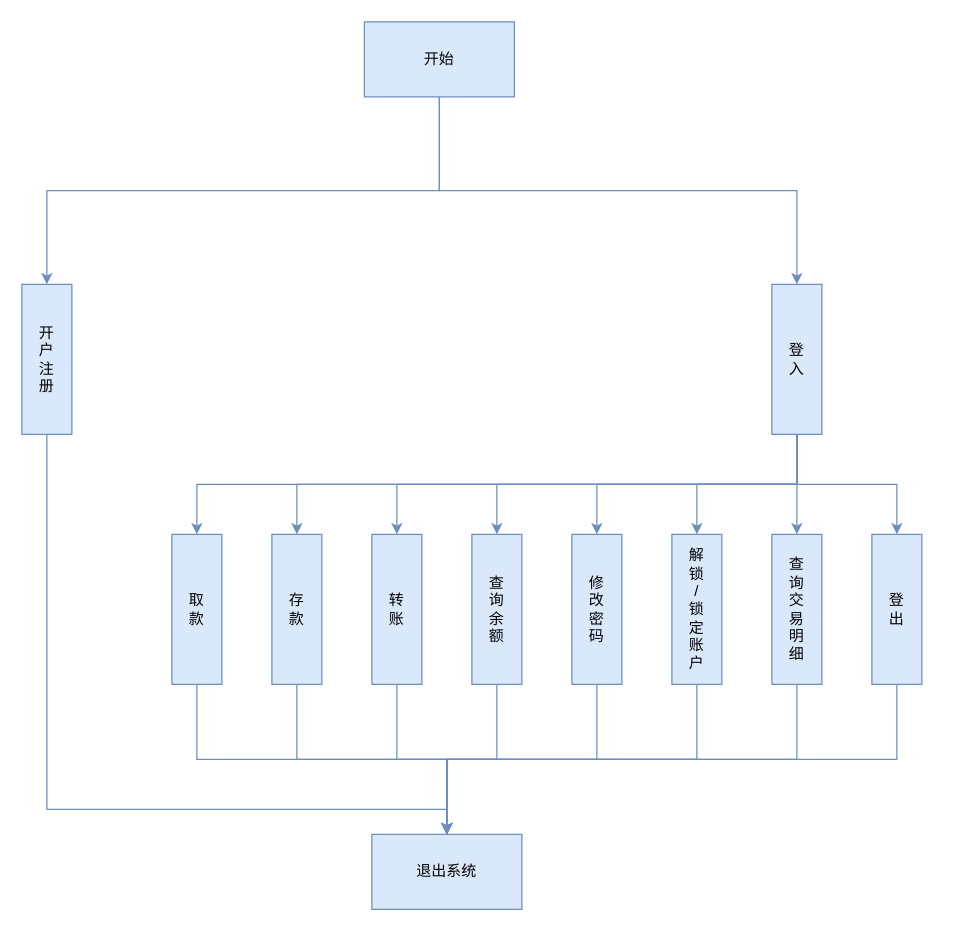
Before: document/Files/drawio/首页功能设计.drawio in NgaiYeanCoi/Baiyunu-bank-system, a draw.io diagram. Source tidied: cells renumbered, new cells numbered last; positions are measured from the earlier drawing's top-left corner, leaving out a move shared by most shapes. Both pictures are drawn from the tidied source at 125%, with x=0, y=0 at pixel (21, 21).
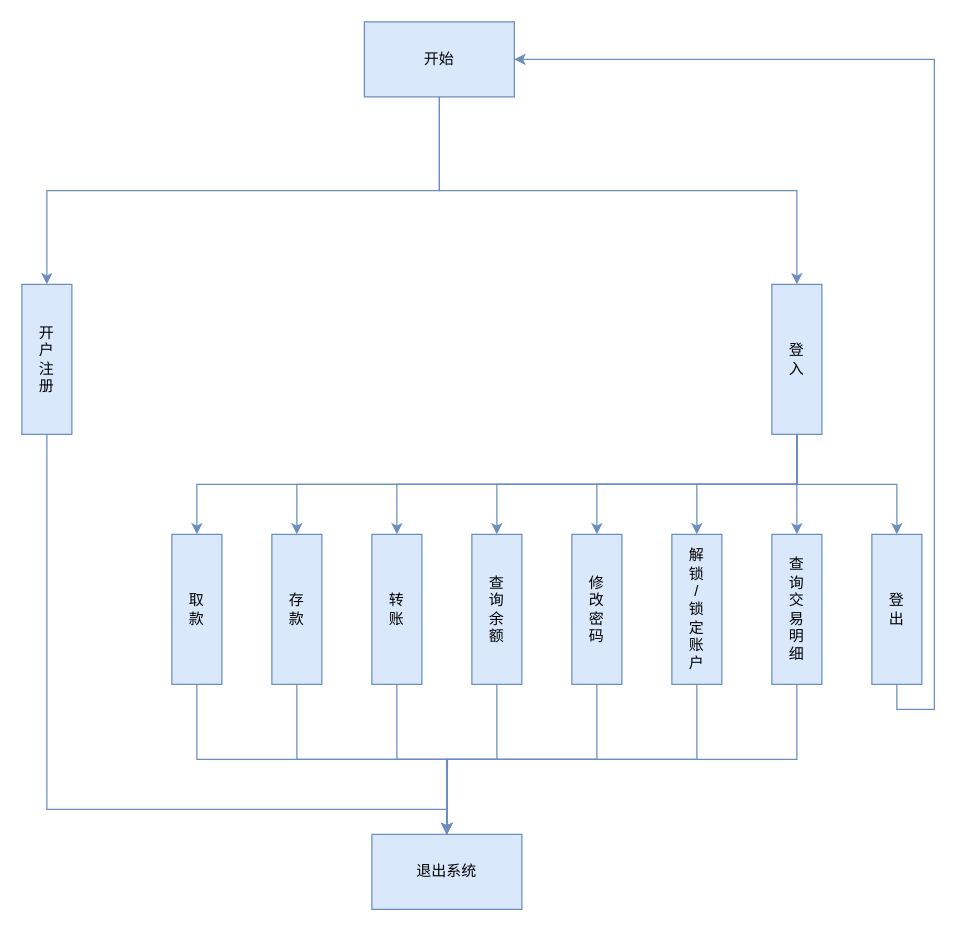
After the change.

The change refers to these unchanged cells:
```xml
<mxCell id="4" value="开始" style="rounded=0;whiteSpace=wrap;html=1;fillColor=#dae8fc;strokeColor=#6c8ebf;" parent="1" vertex="1">
  <mxGeometry x="274" width="120" height="60" as="geometry" />
</mxCell>
<mxCell id="25" value="登&lt;br&gt;出" style="rounded=0;whiteSpace=wrap;html=1;fillColor=#dae8fc;strokeColor=#6c8ebf;" parent="1" vertex="1">
  <mxGeometry x="680" y="410" width="40" height="120" as="geometry" />
</mxCell>
<mxCell id="32" value="退出系统" style="rounded=0;whiteSpace=wrap;html=1;fillColor=#dae8fc;strokeColor=#6c8ebf;" parent="1" vertex="1">
  <mxGeometry x="280" y="650" width="120" height="60" as="geometry" />
</mxCell>
```

The edit, as a diff of the source:
```diff
@@
-    <mxCell id="24" style="edgeStyle=orthogonalEdgeStyle;rounded=0;jettySize=auto;html=1;exitX=0.5;exitY=1;exitDx=0;exitDy=0;entryX=0.5;entryY=0;entryDx=0;entryDy=0;fillColor=#dae8fc;strokeColor=#6c8ebf;" parent="1" edge="1" source="25" target="32">
-      <mxGeometry relative="1" as="geometry" />
-    </mxCell>
+    <mxCell id="33" style="edgeStyle=orthogonalEdgeStyle;rounded=0;jettySize=auto;html=1;exitX=0.5;exitY=1;exitDx=0;exitDy=0;entryX=1;entryY=0.5;entryDx=0;entryDy=0;fillColor=#dae8fc;strokeColor=#6c8ebf;" parent="1" edge="1" source="25" target="4">
+      <mxGeometry relative="1" as="geometry">
+        <Array as="points">
+          <mxPoint x="700" y="550" />
+          <mxPoint x="730" y="550" />
+          <mxPoint x="730" y="30" />
+        </Array>
+      </mxGeometry>
+    </mxCell>
```
